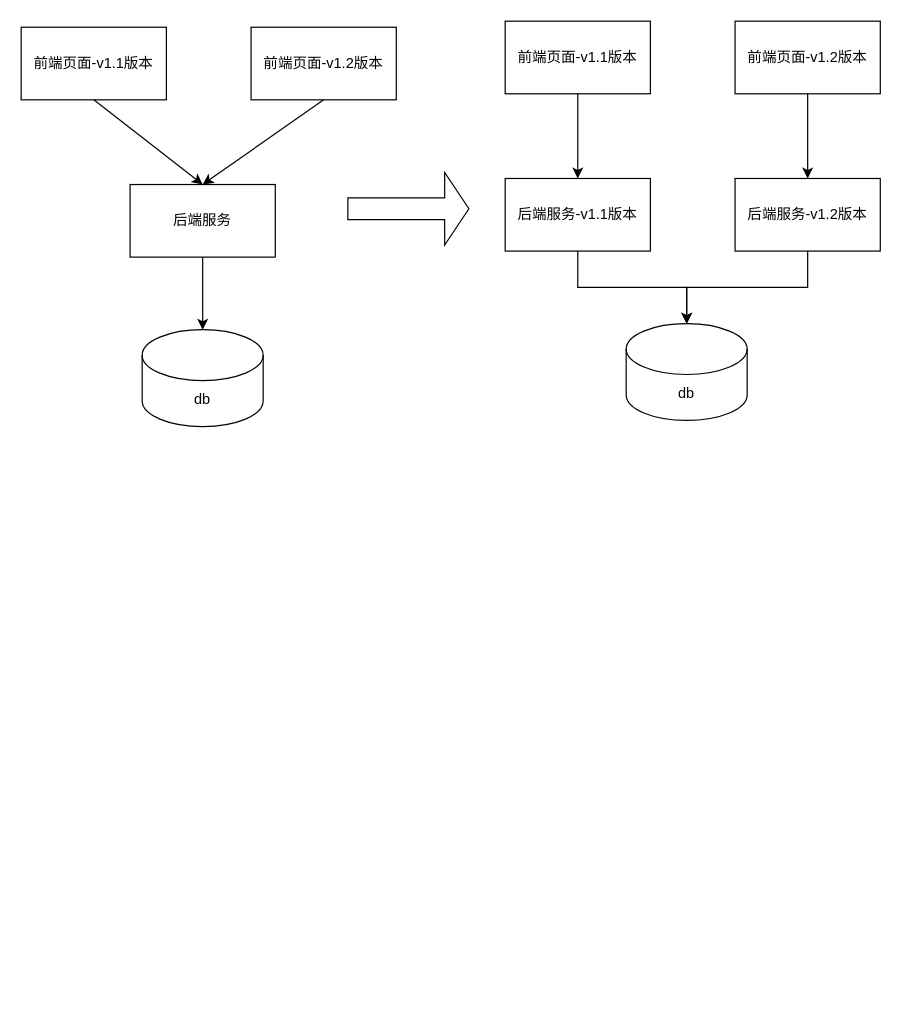
The draw.io diagram mulenv.drawio in hd-eujian/driaw, before the edit. Source tidied: cells renumbered, new cells numbered last; positions are measured from the earlier drawing's top-left corner, leaving out a move shared by most shapes. Both pictures are drawn from the tidied source at 121%, with x=0, y=0 at pixel (21, 21).
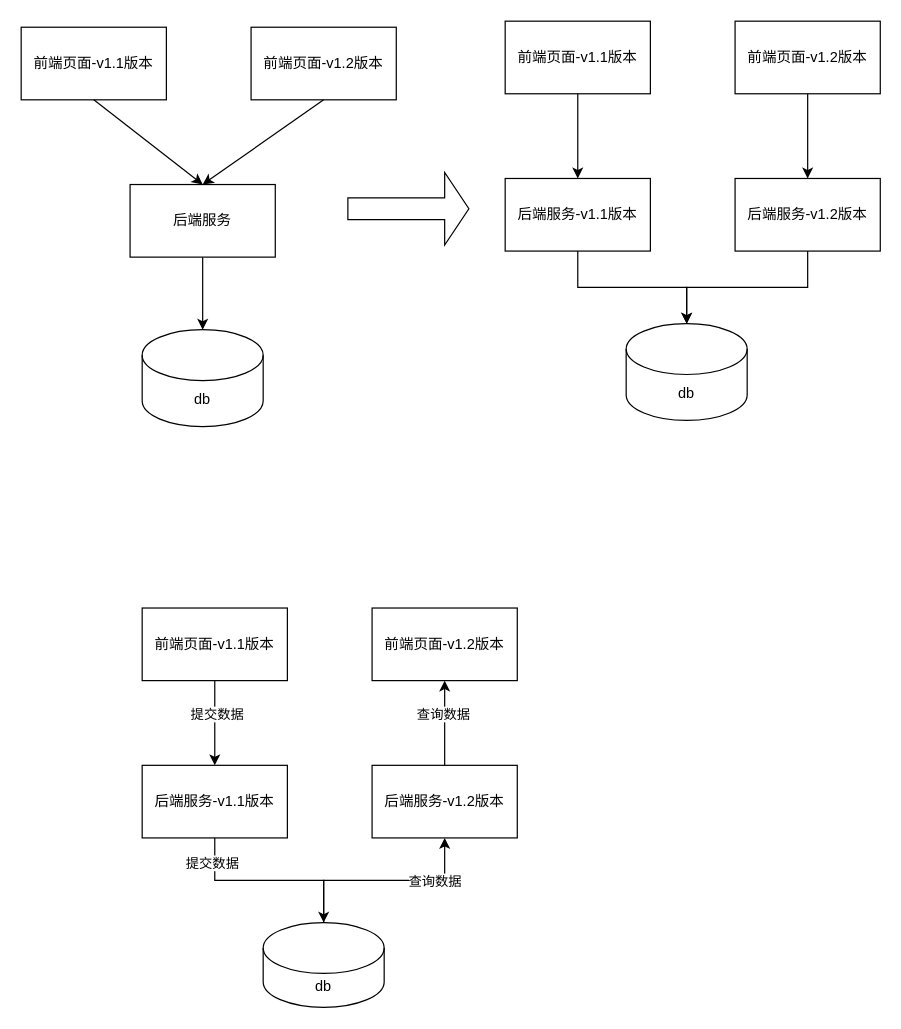
The same diagram, later.

The edit, as a diff of the source:
```diff
@@
+    <mxCell id="19" value="前端页面-v1.1版本" style="rounded=0;whiteSpace=wrap;html=1;" parent="1" vertex="1">
+      <mxGeometry x="100" y="485" width="120" height="60" as="geometry" />
+    </mxCell>
+    <mxCell id="20" value="前端页面-v1.2版本" style="rounded=0;whiteSpace=wrap;html=1;" parent="1" vertex="1">
+      <mxGeometry x="290" y="485" width="120" height="60" as="geometry" />
+    </mxCell>
+    <mxCell id="21" style="edgeStyle=orthogonalEdgeStyle;rounded=0;jettySize=auto;html=1;" parent="1" edge="1" source="23" target="24">
+      <mxGeometry relative="1" as="geometry" />
+    </mxCell>
+    <mxCell id="22" value="提交数据" style="edgeLabel;html=1;align=center;verticalAlign=middle;" parent="21" vertex="1">
+      <mxGeometry x="-0.75" y="-3" relative="1" as="geometry" />
+    </mxCell>
+    <mxCell id="23" value="后端服务-v1.1版本" style="rounded=0;whiteSpace=wrap;html=1;" parent="1" vertex="1">
+      <mxGeometry x="100" y="615" width="120" height="60" as="geometry" />
+    </mxCell>
+    <mxCell id="24" value="db" style="shape=cylinder3;whiteSpace=wrap;html=1;boundedLbl=1;backgroundOutline=1;size=21;" parent="1" vertex="1">
+      <mxGeometry x="200" y="745" width="100" height="70" as="geometry" />
+    </mxCell>
+    <mxCell id="25" style="endArrow=classic;html=1;exitX=0.5;exitY=1;exitDx=0;exitDy=0;entryX=0.5;entryY=0;entryDx=0;entryDy=0;" parent="1" edge="1" source="19" target="23">
+      <mxGeometry relative="1" as="geometry" />
+    </mxCell>
+    <mxCell id="26" value="提交数据" style="edgeLabel;html=1;align=center;verticalAlign=middle;" parent="25" vertex="1">
+      <mxGeometry x="-0.23" y="1" relative="1" as="geometry" />
+    </mxCell>
+    <mxCell id="27" style="edgeStyle=orthogonalEdgeStyle;rounded=0;jettySize=auto;html=1;" parent="1" edge="1" source="29" target="20">
+      <mxGeometry relative="1" as="geometry" />
+    </mxCell>
+    <mxCell id="28" value="查询数据" style="edgeLabel;html=1;align=center;verticalAlign=middle;" parent="27" vertex="1">
+      <mxGeometry x="0.23" y="2" relative="1" as="geometry" />
+    </mxCell>
+    <mxCell id="29" value="后端服务-v1.2版本" style="rounded=0;whiteSpace=wrap;html=1;" parent="1" vertex="1">
+      <mxGeometry x="290" y="615" width="120" height="60" as="geometry" />
+    </mxCell>
+    <mxCell id="30" style="edgeStyle=orthogonalEdgeStyle;rounded=0;jettySize=auto;html=1;entryX=0.5;entryY=1;entryDx=0;entryDy=0;exitX=0.5;exitY=0;exitDx=0;exitDy=0;exitPerimeter=0;" parent="1" edge="1" source="24" target="29">
+      <mxGeometry relative="1" as="geometry" />
+    </mxCell>
+    <mxCell id="31" value="查询数据" style="edgeLabel;html=1;align=center;verticalAlign=middle;" parent="30" vertex="1">
+      <mxGeometry x="0.48" relative="1" as="geometry" />
+    </mxCell>
```
